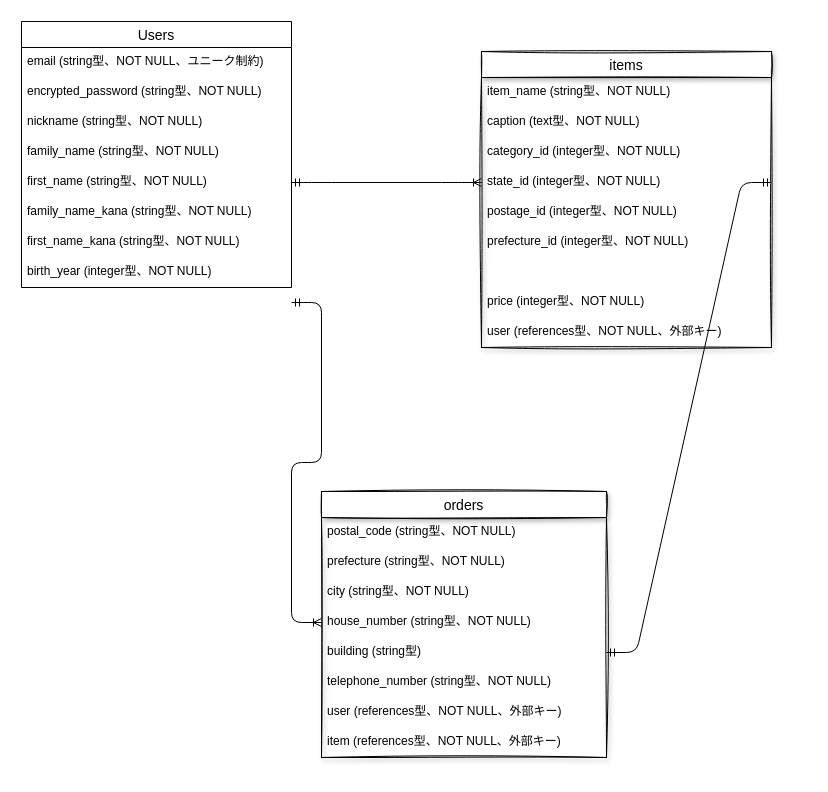
Before: er.dio in haruna-katuki/furima-39338, a draw.io diagram. Source tidied: cells renumbered, new cells numbered last; positions are measured from the earlier drawing's top-left corner, leaving out a move shared by most shapes. Both pictures are drawn from the tidied source at 100%, with x=0, y=0 at pixel (21, 21).
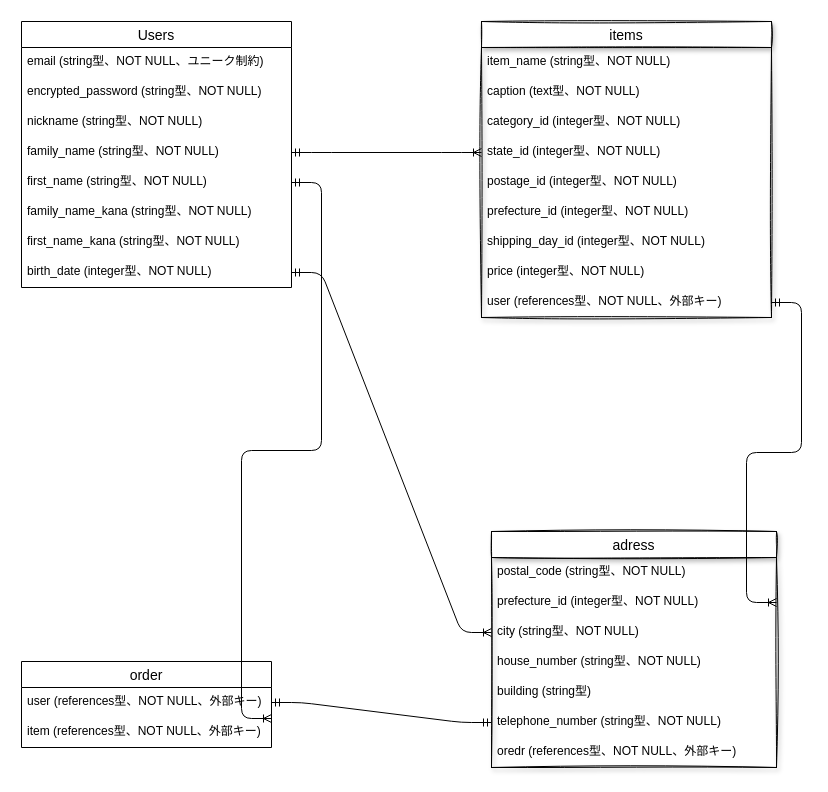
The same page after the edit.

Unchanged cells that the change refers to:
```xml
<mxCell id="2" value="Users" style="swimlane;fontStyle=0;horizontal=1;startSize=26;align=center;fontSize=14;" parent="1" vertex="1">
  <mxGeometry width="270" height="266" as="geometry" />
</mxCell>
<mxCell id="6" value="family_name (string型、NOT NULL)" style="text;strokeColor=none;fillColor=none;spacingLeft=4;spacingRight=4;overflow=hidden;points=[[0,0.5],[1,0.5]];portConstraint=eastwest;fontSize=12;shadow=1;sketch=1;curveFitting=1;jiggle=2;" parent="2" vertex="1">
  <mxGeometry y="116" width="270" height="30" as="geometry" />
</mxCell>
<mxCell id="7" value="first_name (string型、NOT NULL)" style="text;strokeColor=none;fillColor=none;spacingLeft=4;spacingRight=4;overflow=hidden;points=[[0,0.5],[1,0.5]];portConstraint=eastwest;fontSize=12;shadow=1;sketch=1;curveFitting=1;jiggle=2;" parent="2" vertex="1">
  <mxGeometry y="146" width="270" height="30" as="geometry" />
</mxCell>
<mxCell id="15" value="state_id (integer型、NOT NULL)" style="text;strokeColor=none;fillColor=none;spacingLeft=4;spacingRight=4;overflow=hidden;points=[[0,0.5],[1,0.5]];portConstraint=eastwest;fontSize=12;shadow=1;sketch=1;" parent="11" vertex="1">
  <mxGeometry y="116" width="290" height="30" as="geometry" />
</mxCell>
<mxCell id="20" value="user (references型、NOT NULL、外部キー)" style="text;strokeColor=none;fillColor=none;spacingLeft=4;spacingRight=4;overflow=hidden;points=[[0,0.5],[1,0.5]];portConstraint=eastwest;fontSize=12;shadow=1;sketch=1;" parent="11" vertex="1">
  <mxGeometry y="266" width="290" height="30" as="geometry" />
</mxCell>
<mxCell id="24" value="city (string型、NOT NULL)" style="text;strokeColor=none;fillColor=none;spacingLeft=4;spacingRight=4;overflow=hidden;points=[[0,0.5],[1,0.5]];portConstraint=eastwest;fontSize=12;shadow=1;sketch=1;" parent="21" vertex="1">
  <mxGeometry y="86" width="285" height="30" as="geometry" />
</mxCell>
<mxCell id="25" value="house_number (string型、NOT NULL)" style="text;strokeColor=none;fillColor=none;spacingLeft=4;spacingRight=4;overflow=hidden;points=[[0,0.5],[1,0.5]];portConstraint=eastwest;fontSize=12;shadow=1;sketch=1;" parent="21" vertex="1">
  <mxGeometry y="116" width="285" height="30" as="geometry" />
</mxCell>
<mxCell id="26" value="building (string型)" style="text;strokeColor=none;fillColor=none;spacingLeft=4;spacingRight=4;overflow=hidden;points=[[0,0.5],[1,0.5]];portConstraint=eastwest;fontSize=12;shadow=1;sketch=1;" parent="21" vertex="1">
  <mxGeometry y="146" width="285" height="30" as="geometry" />
</mxCell>
<mxCell id="27" value="telephone_number (string型、NOT NULL)" style="text;strokeColor=none;fillColor=none;spacingLeft=4;spacingRight=4;overflow=hidden;points=[[0,0.5],[1,0.5]];portConstraint=eastwest;fontSize=12;shadow=1;sketch=1;" parent="21" vertex="1">
  <mxGeometry y="176" width="285" height="30" as="geometry" />
</mxCell>
```

Diff of the diagram source:
```diff
@@
-    <mxCell id="10" value="birth_year (integer型、NOT NULL)" style="text;strokeColor=none;fillColor=none;spacingLeft=4;spacingRight=4;overflow=hidden;points=[[0,0.5],[1,0.5]];portConstraint=eastwest;fontSize=12;shadow=1;sketch=1;curveFitting=1;jiggle=2;" parent="2" vertex="1">
+    <mxCell id="10" value="birth_date (integer型、NOT NULL)" style="text;strokeColor=none;fillColor=none;spacingLeft=4;spacingRight=4;overflow=hidden;points=[[0,0.5],[1,0.5]];portConstraint=eastwest;fontSize=12;shadow=1;sketch=1;curveFitting=1;jiggle=2;" parent="2" vertex="1">
       <mxGeometry y="236" width="270" height="30" as="geometry" />
     </mxCell>
     <mxCell id="11" value="items" style="swimlane;fontStyle=0;horizontal=1;startSize=26;align=center;fontSize=14;shadow=1;sketch=1;" parent="1" vertex="1">
-      <mxGeometry x="460" y="30" width="290" height="296" as="geometry" />
+      <mxGeometry x="460" width="290" height="296" as="geometry" />
     </mxCell>
@@
-    <mxCell id="18" style="text;strokeColor=none;fillColor=none;spacingLeft=4;spacingRight=4;overflow=hidden;fontSize=12;shadow=1;sketch=1;" parent="11" vertex="1">
+    <mxCell id="18" value="shipping_day_id (integer型、NOT NULL)" style="text;strokeColor=none;fillColor=none;spacingLeft=4;spacingRight=4;overflow=hidden;fontSize=12;shadow=1;sketch=1;" parent="11" vertex="1">
       <mxGeometry y="206" width="290" height="30" as="geometry" />
     </mxCell>
@@
-    <mxCell id="21" value="orders" style="swimlane;fontStyle=0;horizontal=1;startSize=26;align=center;fontSize=14;shadow=1;sketch=1;" parent="1" vertex="1">
-      <mxGeometry x="300" y="470" width="285" height="266" as="geometry" />
+    <mxCell id="21" value="adress" style="swimlane;fontStyle=0;horizontal=1;startSize=26;align=center;fontSize=14;shadow=1;sketch=1;" parent="1" vertex="1">
+      <mxGeometry x="470" y="510" width="285" height="236" as="geometry" />
     </mxCell>
@@
-    <mxCell id="23" value="prefecture (string型、NOT NULL)" style="text;strokeColor=none;fillColor=none;spacingLeft=4;spacingRight=4;overflow=hidden;points=[[0,0.5],[1,0.5]];portConstraint=eastwest;fontSize=12;shadow=1;sketch=1;" parent="21" vertex="1">
+    <mxCell id="23" value="prefecture_id (integer型、NOT NULL)" style="text;strokeColor=none;fillColor=none;spacingLeft=4;spacingRight=4;overflow=hidden;points=[[0,0.5],[1,0.5]];portConstraint=eastwest;fontSize=12;shadow=1;sketch=1;" parent="21" vertex="1">
       <mxGeometry y="56" width="285" height="30" as="geometry" />
     </mxCell>
@@
+    <mxCell id="33" value="oredr (references型、NOT NULL、外部キー)" style="text;strokeColor=none;fillColor=none;spacingLeft=4;spacingRight=4;overflow=hidden;fontSize=12;shadow=1;sketch=1;" parent="21" vertex="1">
+      <mxGeometry y="206" width="285" height="30" as="geometry" />
+    </mxCell>
+    <mxCell id="30" style="edgeStyle=entityRelationEdgeStyle;fontSize=12;html=1;endArrow=ERoneToMany;startArrow=ERmandOne;exitX=1;exitY=0.5;exitDx=0;exitDy=0;entryX=0;entryY=0.5;entryDx=0;entryDy=0;" parent="1" edge="1" source="6" target="15">
+      <mxGeometry relative="1" as="geometry" />
+    </mxCell>
+    <mxCell id="34" value="order" style="swimlane;fontStyle=0;horizontal=1;startSize=26;align=center;fontSize=14;" parent="1" vertex="1">
+      <mxGeometry y="640" width="250" height="86" as="geometry" />
+    </mxCell>
-    <mxCell id="28" value="user (references型、NOT NULL、外部キー)" style="text;strokeColor=none;fillColor=none;spacingLeft=4;spacingRight=4;overflow=hidden;points=[[0,0.5],[1,0.5]];portConstraint=eastwest;fontSize=12;shadow=1;sketch=1;" parent="21" vertex="1">
-      <mxGeometry y="206" width="285" height="30" as="geometry" />
+    <mxCell id="28" value="user (references型、NOT NULL、外部キー)" style="text;strokeColor=none;fillColor=none;spacingLeft=4;spacingRight=4;overflow=hidden;points=[[0,0.5],[1,0.5]];portConstraint=eastwest;fontSize=12;" parent="34" vertex="1">
+      <mxGeometry y="26" width="250" height="30" as="geometry" />
     </mxCell>
-    <mxCell id="29" value="item (references型、NOT NULL、外部キー)" style="text;strokeColor=none;fillColor=none;spacingLeft=4;spacingRight=4;overflow=hidden;fontSize=12;shadow=1;sketch=1;" parent="21" vertex="1">
-      <mxGeometry y="236" width="285" height="30" as="geometry" />
+    <mxCell id="29" value="item (references型、NOT NULL、外部キー)" style="text;strokeColor=none;fillColor=none;spacingLeft=4;spacingRight=4;overflow=hidden;fontSize=12;" parent="34" vertex="1">
+      <mxGeometry y="56" width="250" height="30" as="geometry" />
     </mxCell>
-    <mxCell id="30" style="edgeStyle=entityRelationEdgeStyle;fontSize=12;html=1;endArrow=ERoneToMany;startArrow=ERmandOne;exitX=1;exitY=0.5;exitDx=0;exitDy=0;entryX=0;entryY=0.5;entryDx=0;entryDy=0;" parent="1" edge="1" source="7" target="15">
-      <mxGeometry relative="1" as="geometry" />
-    </mxCell>
-    <mxCell id="31" style="edgeStyle=entityRelationEdgeStyle;fontSize=12;html=1;endArrow=ERoneToMany;startArrow=ERmandOne;exitX=1;exitY=0.5;exitDx=0;exitDy=0;entryX=0;entryY=0.5;entryDx=0;entryDy=0;" parent="1" edge="1" target="25">
-      <mxGeometry relative="1" as="geometry">
-        <mxPoint x="270" y="281" as="sourcePoint" />
-      </mxGeometry>
-    </mxCell>
-    <mxCell id="32" style="edgeStyle=entityRelationEdgeStyle;fontSize=12;html=1;endArrow=ERmandOne;startArrow=ERmandOne;exitX=1;exitY=0.5;exitDx=0;exitDy=0;entryX=1;entryY=0.5;entryDx=0;entryDy=0;" parent="1" edge="1" source="26" target="15">
-      <mxGeometry relative="1" as="geometry" />
-    </mxCell>
+    <mxCell id="35" style="edgeStyle=entityRelationEdgeStyle;fontSize=12;html=1;endArrow=ERoneToMany;startArrow=ERmandOne;entryX=0;entryY=0.5;entryDx=0;entryDy=0;exitX=1;exitY=0.5;exitDx=0;exitDy=0;" parent="1" edge="1" source="10" target="24">
+      <mxGeometry relative="1" as="geometry" />
+    </mxCell>
+    <mxCell id="36" style="edgeStyle=entityRelationEdgeStyle;fontSize=12;html=1;endArrow=ERoneToMany;startArrow=ERmandOne;entryX=1;entryY=0.5;entryDx=0;entryDy=0;" parent="1" edge="1" source="20" target="23">
+      <mxGeometry relative="1" as="geometry" />
+    </mxCell>
+    <mxCell id="37" style="edgeStyle=entityRelationEdgeStyle;fontSize=12;html=1;endArrow=ERoneToMany;startArrow=ERmandOne;exitX=1;exitY=0.5;exitDx=0;exitDy=0;" parent="1" edge="1" source="7">
+      <mxGeometry relative="1" as="geometry">
+        <mxPoint x="250" y="697" as="targetPoint" />
+      </mxGeometry>
+    </mxCell>
+    <mxCell id="38" style="edgeStyle=entityRelationEdgeStyle;fontSize=12;html=1;endArrow=ERmandOne;startArrow=ERmandOne;entryX=0;entryY=0.5;entryDx=0;entryDy=0;exitX=1;exitY=0.5;exitDx=0;exitDy=0;" parent="1" edge="1" source="28" target="27">
+      <mxGeometry relative="1" as="geometry" />
+    </mxCell>
```
